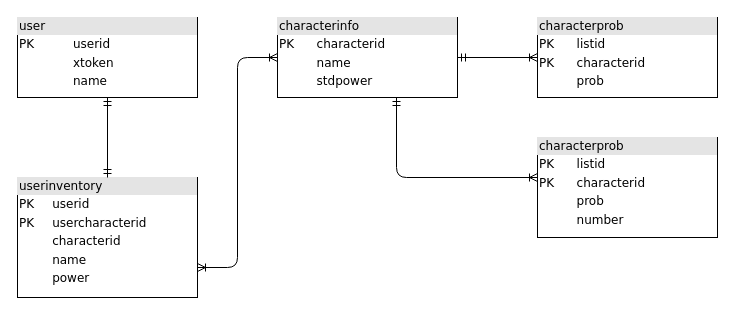
Above: Untitled Diagram.drawio in Rabishop/techtrain (draw.io), before the change. Source tidied: cells renumbered, new cells numbered last; positions are measured from the earlier drawing's top-left corner, leaving out a move shared by most shapes. Both pictures are drawn from the tidied source at 100%, with x=0, y=0 at pixel (17, 17).
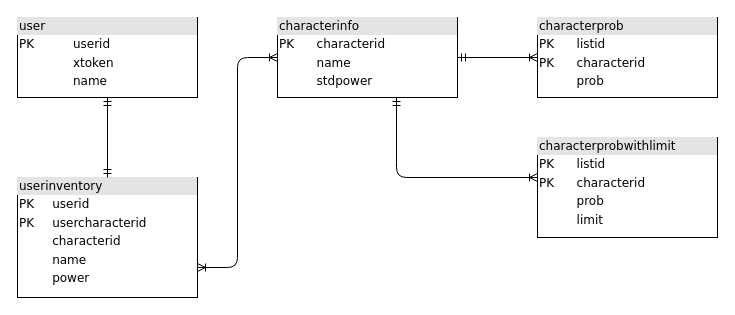
The same page after the edit.

Diff of the diagram source:
```diff
@@
 <mxGraphModel>
   <root>
     <mxCell id="0" />
     <mxCell id="1" parent="0" />
     <mxCell id="2" value="&lt;div style=&quot;box-sizing: border-box ; width: 100% ; background: #e4e4e4 ; padding: 2px&quot;&gt;userinventory&lt;/div&gt;&lt;table style=&quot;width: 100% ; font-size: 1em&quot; cellpadding=&quot;2&quot; cellspacing=&quot;0&quot;&gt;&lt;tbody&gt;&lt;tr&gt;&lt;td&gt;PK&lt;/td&gt;&lt;td&gt;&lt;br&gt;&lt;/td&gt;&lt;td&gt;userid&lt;/td&gt;&lt;td&gt;&lt;br&gt;&lt;/td&gt;&lt;/tr&gt;&lt;tr&gt;&lt;td&gt;PK&lt;/td&gt;&lt;td&gt;&lt;br&gt;&lt;/td&gt;&lt;td&gt;usercharacterid&lt;br&gt;&lt;/td&gt;&lt;td&gt;&lt;br&gt;&lt;/td&gt;&lt;/tr&gt;&lt;tr&gt;&lt;td&gt;&lt;br&gt;&lt;/td&gt;&lt;td&gt;&lt;br&gt;&lt;/td&gt;&lt;td&gt;characterid&lt;br&gt;&lt;/td&gt;&lt;td&gt;&lt;/td&gt;&lt;/tr&gt;&lt;tr&gt;&lt;td&gt;&lt;br&gt;&lt;/td&gt;&lt;td&gt;&lt;br&gt;&lt;/td&gt;&lt;td&gt;name&lt;/td&gt;&lt;td&gt;&lt;br&gt;&lt;/td&gt;&lt;/tr&gt;&lt;tr&gt;&lt;td&gt;&lt;br&gt;&lt;/td&gt;&lt;td&gt;&lt;br&gt;&lt;/td&gt;&lt;td&gt;power&lt;/td&gt;&lt;td&gt;&lt;br&gt;&lt;/td&gt;&lt;/tr&gt;&lt;tr&gt;&lt;td&gt;&lt;br&gt;&lt;/td&gt;&lt;td&gt;&lt;br&gt;&lt;/td&gt;&lt;td&gt;&lt;br&gt;&lt;/td&gt;&lt;td&gt;&lt;br&gt;&lt;/td&gt;&lt;/tr&gt;&lt;tr&gt;&lt;td&gt;&lt;br&gt;&lt;/td&gt;&lt;td&gt;&lt;br&gt;&lt;/td&gt;&lt;td&gt;&lt;br&gt;&lt;br&gt;&lt;/td&gt;&lt;td&gt;&lt;br&gt;&lt;/td&gt;&lt;/tr&gt;&lt;tr&gt;&lt;td&gt;&lt;br&gt;&lt;/td&gt;&lt;td&gt;&lt;br&gt;&lt;/td&gt;&lt;td&gt;&lt;br&gt;&lt;/td&gt;&lt;td&gt;&lt;br&gt;&lt;/td&gt;&lt;/tr&gt;&lt;/tbody&gt;&lt;/table&gt;" style="verticalAlign=top;align=left;overflow=fill;html=1;rounded=0;shadow=0;comic=0;labelBackgroundColor=none;strokeWidth=1;fontFamily=Verdana;fontSize=12;" parent="1" vertex="1">
       <mxGeometry y="160" width="180" height="120" as="geometry" />
     </mxCell>
     <mxCell id="3" style="edgeStyle=orthogonalEdgeStyle;html=1;entryX=0.5;entryY=0;labelBackgroundColor=none;startArrow=ERmandOne;endArrow=ERmandOne;fontFamily=Verdana;fontSize=12;align=left;endFill=0;" parent="1" edge="1" source="4" target="2">
       <mxGeometry relative="1" as="geometry" />
     </mxCell>
     <mxCell id="4" value="&lt;div style=&quot;box-sizing: border-box; width: 100%; background: rgb(228, 228, 228); padding: 2px;&quot;&gt;user&lt;/div&gt;&lt;table style=&quot;width: 100% ; font-size: 1em&quot; cellpadding=&quot;2&quot; cellspacing=&quot;0&quot;&gt;&lt;tbody&gt;&lt;tr&gt;&lt;td&gt;PK&lt;/td&gt;&lt;td&gt;userid&lt;/td&gt;&lt;/tr&gt;&lt;tr&gt;&lt;td&gt;&lt;br&gt;&lt;/td&gt;&lt;td&gt;xtoken&lt;/td&gt;&lt;/tr&gt;&lt;tr&gt;&lt;td&gt;&lt;br&gt;&lt;/td&gt;&lt;td&gt;name&lt;/td&gt;&lt;/tr&gt;&lt;tr&gt;&lt;td&gt;&lt;/td&gt;&lt;td&gt;&lt;br&gt;&lt;/td&gt;&lt;/tr&gt;&lt;tr&gt;&lt;td&gt;&lt;/td&gt;&lt;td&gt;&lt;br&gt;&lt;/td&gt;&lt;/tr&gt;&lt;/tbody&gt;&lt;/table&gt;" style="verticalAlign=top;align=left;overflow=fill;html=1;rounded=0;shadow=0;comic=0;labelBackgroundColor=none;strokeWidth=1;fontFamily=Verdana;fontSize=12;" parent="1" vertex="1">
       <mxGeometry width="180" height="80" as="geometry" />
     </mxCell>
     <mxCell id="5" value="&lt;div style=&quot;box-sizing: border-box ; width: 100% ; background: #e4e4e4 ; padding: 2px&quot;&gt;characterinfo&lt;/div&gt;&lt;table style=&quot;width: 100% ; font-size: 1em&quot; cellpadding=&quot;2&quot; cellspacing=&quot;0&quot;&gt;&lt;tbody&gt;&lt;tr&gt;&lt;td&gt;PK&lt;/td&gt;&lt;td&gt;characterid&lt;/td&gt;&lt;/tr&gt;&lt;tr&gt;&lt;td&gt;&lt;br&gt;&lt;/td&gt;&lt;td&gt;name&lt;/td&gt;&lt;/tr&gt;&lt;tr&gt;&lt;td&gt;&lt;br&gt;&lt;/td&gt;&lt;td&gt;stdpower&lt;/td&gt;&lt;/tr&gt;&lt;tr&gt;&lt;td&gt;&lt;br&gt;&lt;/td&gt;&lt;td&gt;&lt;br&gt;&lt;/td&gt;&lt;/tr&gt;&lt;tr&gt;&lt;td&gt;&lt;/td&gt;&lt;td&gt;&lt;/td&gt;&lt;/tr&gt;&lt;/tbody&gt;&lt;/table&gt;" style="verticalAlign=top;align=left;overflow=fill;html=1;rounded=0;shadow=0;comic=0;labelBackgroundColor=none;strokeWidth=1;fontFamily=Verdana;fontSize=12;" parent="1" vertex="1">
       <mxGeometry x="260" width="180" height="80" as="geometry" />
     </mxCell>
     <mxCell id="6" style="edgeStyle=orthogonalEdgeStyle;html=1;labelBackgroundColor=none;startArrow=ERoneToMany;endArrow=ERoneToMany;fontFamily=Verdana;fontSize=12;align=left;endFill=0;exitX=0;exitY=0.5;exitDx=0;exitDy=0;entryX=1;entryY=0.75;entryDx=0;entryDy=0;startFill=0;" parent="1" edge="1" source="5" target="2">
       <mxGeometry relative="1" as="geometry" />
     </mxCell>
     <mxCell id="7" value="&lt;div style=&quot;box-sizing:border-box;width:100%;background:#e4e4e4;padding:2px;&quot;&gt;characterprob&lt;/div&gt;&lt;table style=&quot;width:100%;font-size:1em;&quot; cellpadding=&quot;2&quot; cellspacing=&quot;0&quot;&gt;&lt;tbody&gt;&lt;tr&gt;&lt;td&gt;PK&lt;/td&gt;&lt;td&gt;listid&lt;/td&gt;&lt;/tr&gt;&lt;tr&gt;&lt;td&gt;PK&lt;/td&gt;&lt;td&gt;characterid&lt;/td&gt;&lt;/tr&gt;&lt;tr&gt;&lt;td&gt;&lt;/td&gt;&lt;td&gt;prob&lt;/td&gt;&lt;/tr&gt;&lt;/tbody&gt;&lt;/table&gt;" style="verticalAlign=top;align=left;overflow=fill;html=1;rounded=0;shadow=0;comic=0;labelBackgroundColor=none;strokeWidth=1;fontFamily=Verdana;fontSize=12;" parent="1" vertex="1">
       <mxGeometry x="520" width="180" height="80" as="geometry" />
     </mxCell>
     <mxCell id="8" style="edgeStyle=orthogonalEdgeStyle;html=1;entryX=0;entryY=0.5;labelBackgroundColor=none;startArrow=ERmandOne;endArrow=ERoneToMany;fontFamily=Verdana;fontSize=12;align=left;endFill=0;exitX=1;exitY=0.5;exitDx=0;exitDy=0;entryDx=0;entryDy=0;" parent="1" edge="1" source="5" target="7">
       <mxGeometry relative="1" as="geometry" />
     </mxCell>
     <mxCell id="9" style="edgeStyle=orthogonalEdgeStyle;html=1;labelBackgroundColor=none;startArrow=ERmandOne;endArrow=ERoneToMany;fontFamily=Verdana;fontSize=12;align=left;endFill=0;" parent="1" edge="1">
       <mxGeometry relative="1" as="geometry">
         <mxPoint x="379" y="80" as="sourcePoint" />
         <mxPoint x="520" y="160" as="targetPoint" />
         <Array as="points">
           <mxPoint x="379" y="160" />
         </Array>
       </mxGeometry>
     </mxCell>
-    <mxCell id="10" value="&lt;div style=&quot;box-sizing:border-box;width:100%;background:#e4e4e4;padding:2px;&quot;&gt;characterprob&lt;/div&gt;&lt;table style=&quot;width:100%;font-size:1em;&quot; cellpadding=&quot;2&quot; cellspacing=&quot;0&quot;&gt;&lt;tbody&gt;&lt;tr&gt;&lt;td&gt;PK&lt;/td&gt;&lt;td&gt;listid&lt;/td&gt;&lt;/tr&gt;&lt;tr&gt;&lt;td&gt;PK&lt;/td&gt;&lt;td&gt;characterid&lt;/td&gt;&lt;/tr&gt;&lt;tr&gt;&lt;td&gt;&lt;/td&gt;&lt;td&gt;prob&lt;/td&gt;&lt;/tr&gt;&lt;tr&gt;&lt;td&gt;&lt;br&gt;&lt;/td&gt;&lt;td&gt;number&lt;/td&gt;&lt;/tr&gt;&lt;/tbody&gt;&lt;/table&gt;" style="verticalAlign=top;align=left;overflow=fill;html=1;rounded=0;shadow=0;comic=0;labelBackgroundColor=none;strokeWidth=1;fontFamily=Verdana;fontSize=12;" parent="1" vertex="1">
+    <mxCell id="10" value="&lt;div style=&quot;box-sizing:border-box;width:100%;background:#e4e4e4;padding:2px;&quot;&gt;characterprobwithlimit&lt;/div&gt;&lt;table style=&quot;width:100%;font-size:1em;&quot; cellpadding=&quot;2&quot; cellspacing=&quot;0&quot;&gt;&lt;tbody&gt;&lt;tr&gt;&lt;td&gt;PK&lt;/td&gt;&lt;td&gt;listid&lt;/td&gt;&lt;/tr&gt;&lt;tr&gt;&lt;td&gt;PK&lt;/td&gt;&lt;td&gt;characterid&lt;/td&gt;&lt;/tr&gt;&lt;tr&gt;&lt;td&gt;&lt;/td&gt;&lt;td&gt;prob&lt;/td&gt;&lt;/tr&gt;&lt;tr&gt;&lt;td&gt;&lt;br&gt;&lt;/td&gt;&lt;td&gt;limit&lt;/td&gt;&lt;/tr&gt;&lt;/tbody&gt;&lt;/table&gt;" style="verticalAlign=top;align=left;overflow=fill;html=1;rounded=0;shadow=0;comic=0;labelBackgroundColor=none;strokeWidth=1;fontFamily=Verdana;fontSize=12;" parent="1" vertex="1">
       <mxGeometry x="520" y="120" width="180" height="100" as="geometry" />
     </mxCell>
   </root>
 </mxGraphModel>
```
